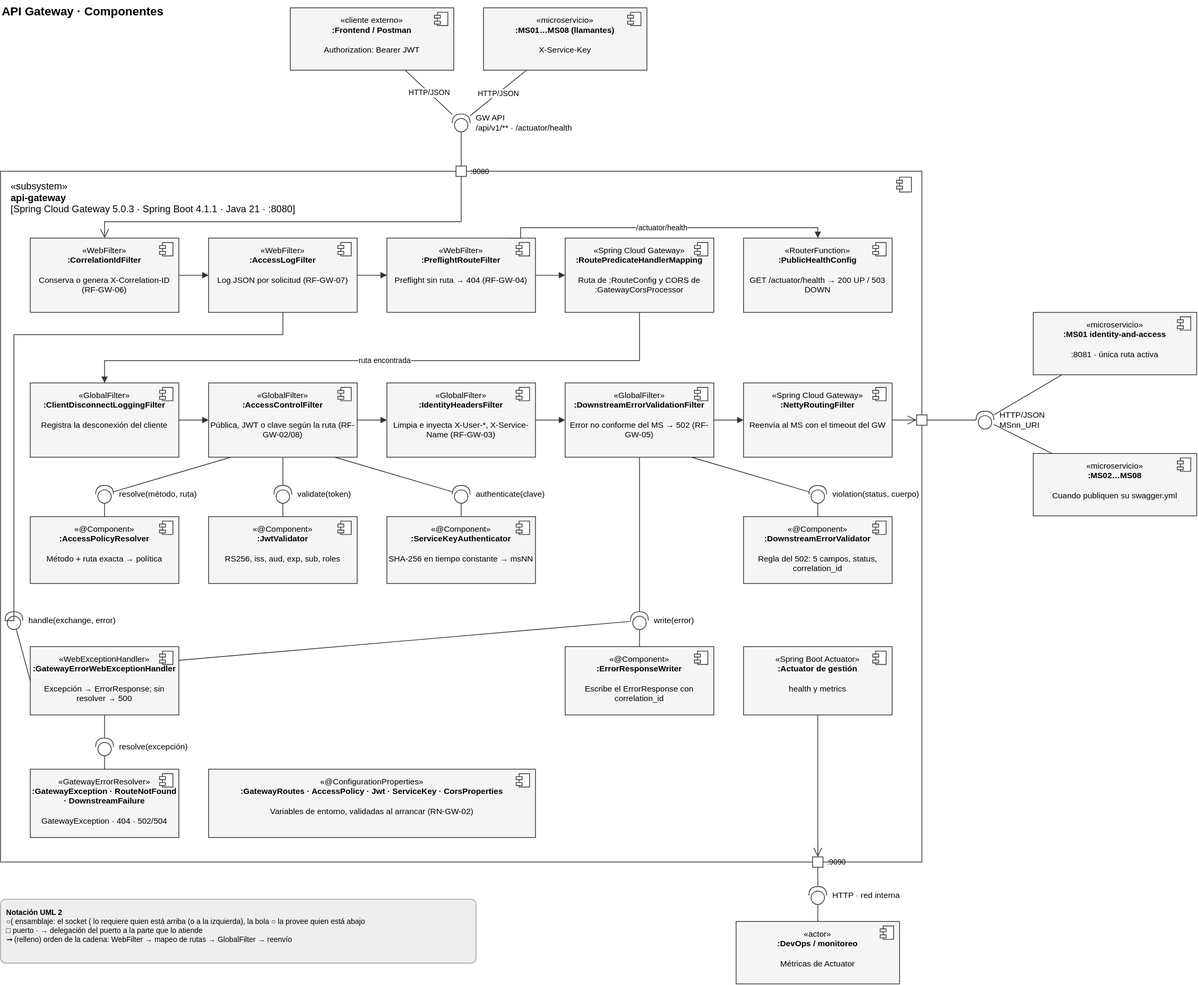
Above: api-gateway/diagramas/gw_c4_3_componentes.drawio.svg in CampusSeguro-DOSW-2026-2/documentation (draw.io), before the change. Source tidied: cells renumbered, new cells last; positions are measured from the earlier drawing's top-left corner, leaving out a move shared by most shapes.
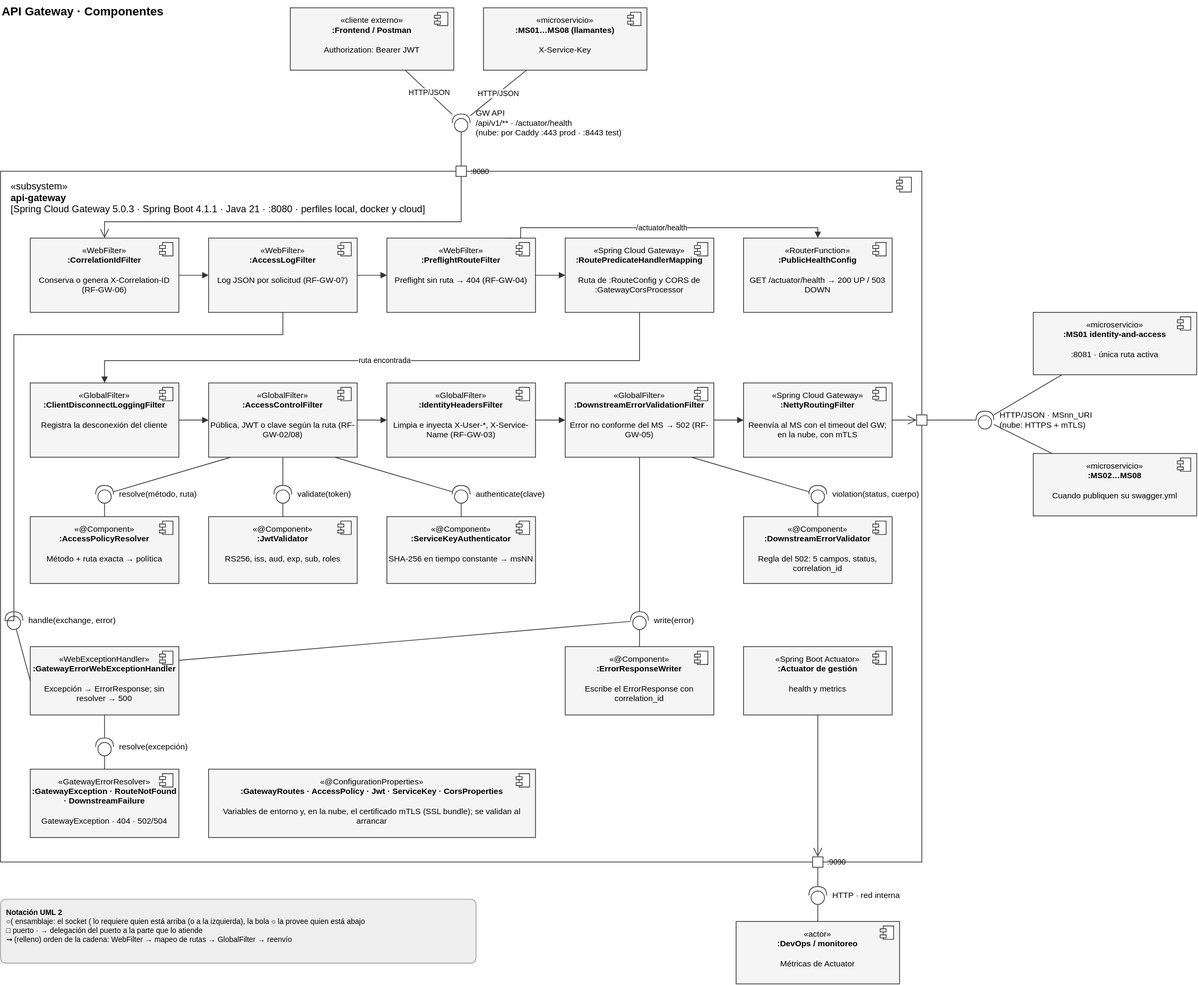
The same diagram one commit later.

Commit message:
docs(gw): aislamiento en la nube con mTLS (ADR-006), contratos, pruebas, swagger y diagrama

Diff of the diagram source:
```diff
@@ -5,7 +5,7 @@
     <mxCell id="2" value="API Gateway · Componentes" style="text;html=1;fontSize=16;fontStyle=1;align=left;verticalAlign=middle;" parent="1" vertex="1">
       <mxGeometry width="700" height="30" as="geometry" />
     </mxCell>
-    <mxCell id="3" value="«subsystem»&lt;br&gt;&lt;b&gt;api-gateway&lt;/b&gt;&lt;br&gt;[Spring Cloud Gateway 5.0.3 · Spring Boot 4.1.1 · Java 21 · :8080]" style="html=1;whiteSpace=wrap;verticalAlign=top;align=left;spacingLeft=12;spacingTop=6;fillColor=#FFFFFF;strokeColor=#333333;fontSize=13;" parent="1" vertex="1">
+    <mxCell id="3" value="«subsystem»&lt;br&gt;&lt;b&gt;api-gateway&lt;/b&gt;&lt;br&gt;[Spring Cloud Gateway 5.0.3 · Spring Boot 4.1.1 · Java 21 · :8080 · perfiles local, docker y cloud]" style="html=1;whiteSpace=wrap;verticalAlign=top;align=left;spacingLeft=12;spacingTop=6;fillColor=#FFFFFF;strokeColor=#333333;fontSize=13;" parent="1" vertex="1">
       <mxGeometry y="230" width="1240" height="930" as="geometry" />
     </mxCell>
     <mxCell id="4" style="shape=module;jettyWidth=8;jettyHeight=4;fillColor=#FFFFFF;strokeColor=#333333;" parent="1" vertex="1">
@@ -23,7 +23,7 @@
     <mxCell id="8" style="shape=module;jettyWidth=8;jettyHeight=4;fillColor=#FFFFFF;strokeColor=#333333;" parent="1" vertex="1">
       <mxGeometry x="844" y="16" width="18" height="18" as="geometry" />
     </mxCell>
-    <mxCell id="9" value="GW API&lt;br&gt;/api/v1/** · /actuator/health" style="shape=providedRequiredInterface;html=1;direction=north;labelPosition=right;verticalLabelPosition=middle;align=left;verticalAlign=middle;spacingLeft=6;fontSize=11;fillColor=#FFFFFF;strokeColor=#333333;" parent="1" vertex="1">
+    <mxCell id="9" value="GW API&lt;br&gt;/api/v1/** · /actuator/health&lt;br&gt;(nube: por Caddy :443 prod · :8443 test)" style="shape=providedRequiredInterface;html=1;direction=north;labelPosition=right;verticalLabelPosition=middle;align=left;verticalAlign=middle;spacingLeft=6;fontSize=11;fillColor=#FFFFFF;strokeColor=#333333;" parent="1" vertex="1">
       <mxGeometry x="608" y="153" width="24" height="24" as="geometry" />
     </mxCell>
     <mxCell id="10" value=":8080" style="html=1;fillColor=#FFFFFF;strokeColor=#333333;fontSize=10;labelPosition=right;align=left;spacingLeft=4;" parent="1" vertex="1">
@@ -117,7 +117,7 @@
     <mxCell id="36" style="shape=module;jettyWidth=8;jettyHeight=4;fillColor=#FFFFFF;strokeColor=#333333;" parent="1" vertex="1">
       <mxGeometry x="934" y="521" width="18" height="18" as="geometry" />
     </mxCell>
-    <mxCell id="37" value="«Spring Cloud Gateway»&lt;br&gt;&lt;b&gt;:NettyRoutingFilter&lt;/b&gt;&lt;br&gt;&lt;br&gt;Reenvía al MS con el timeout del GW" style="html=1;whiteSpace=wrap;verticalAlign=top;fillColor=#F5F5F5;strokeColor=#333333;fontSize=11;spacingTop=4;" parent="1" vertex="1">
+    <mxCell id="37" value="«Spring Cloud Gateway»&lt;br&gt;&lt;b&gt;:NettyRoutingFilter&lt;/b&gt;&lt;br&gt;&lt;br&gt;Reenvía al MS con el timeout del GW; en la nube, con mTLS" style="html=1;whiteSpace=wrap;verticalAlign=top;fillColor=#F5F5F5;strokeColor=#333333;fontSize=11;spacingTop=4;" parent="1" vertex="1">
       <mxGeometry x="1000" y="515" width="200" height="100" as="geometry" />
     </mxCell>
     <mxCell id="38" style="shape=module;jettyWidth=8;jettyHeight=4;fillColor=#FFFFFF;strokeColor=#333333;" parent="1" vertex="1">
@@ -262,7 +262,7 @@
     <mxCell id="81" style="endArrow=none;html=1;rounded=0;strokeColor=#333333;fontSize=10;labelBackgroundColor=#FFFFFF;" parent="1" edge="1" source="77" target="78">
       <mxGeometry relative="1" as="geometry" />
     </mxCell>
-    <mxCell id="82" value="«@ConfigurationProperties»&lt;br&gt;&lt;b&gt;:GatewayRoutes · AccessPolicy · Jwt · ServiceKey · CorsProperties&lt;/b&gt;&lt;br&gt;&lt;br&gt;Variables de entorno, validadas al arrancar (RN-GW-02)" style="html=1;whiteSpace=wrap;verticalAlign=top;fillColor=#F5F5F5;strokeColor=#333333;fontSize=11;spacingTop=4;" parent="1" vertex="1">
+    <mxCell id="82" value="«@ConfigurationProperties»&lt;br&gt;&lt;b&gt;:GatewayRoutes · AccessPolicy · Jwt · ServiceKey · CorsProperties&lt;/b&gt;&lt;br&gt;&lt;br&gt;Variables de entorno y, en la nube, el certificado mTLS (SSL bundle); se validan al arrancar" style="html=1;whiteSpace=wrap;verticalAlign=top;fillColor=#F5F5F5;strokeColor=#333333;fontSize=11;spacingTop=4;" parent="1" vertex="1">
       <mxGeometry x="280" y="1035" width="440" height="92" as="geometry" />
     </mxCell>
     <mxCell id="83" style="shape=module;jettyWidth=8;jettyHeight=4;fillColor=#FFFFFF;strokeColor=#333333;" parent="1" vertex="1">
@@ -274,7 +274,7 @@
     <mxCell id="85" style="endArrow=open;endSize=10;html=1;rounded=0;strokeColor=#333333;fontSize=10;labelBackgroundColor=#FFFFFF;" parent="1" edge="1" source="37" target="84">
       <mxGeometry relative="1" as="geometry" />
     </mxCell>
-    <mxCell id="86" value="HTTP/JSON&lt;br&gt;MSnn_URI" style="shape=providedRequiredInterface;html=1;direction=north;labelPosition=right;verticalLabelPosition=middle;align=left;verticalAlign=middle;spacingLeft=6;fontSize=11;fillColor=#FFFFFF;strokeColor=#333333;" parent="1" vertex="1">
+    <mxCell id="86" value="HTTP/JSON · MSnn_URI&lt;br&gt;(nube: HTTPS + mTLS)" style="shape=providedRequiredInterface;html=1;direction=north;labelPosition=right;verticalLabelPosition=middle;align=left;verticalAlign=middle;spacingLeft=6;fontSize=11;fillColor=#FFFFFF;strokeColor=#333333;" parent="1" vertex="1">
       <mxGeometry x="1313" y="553" width="24" height="24" as="geometry" />
     </mxCell>
     <mxCell id="87" style="endArrow=none;html=1;rounded=0;strokeColor=#333333;fontSize=10;labelBackgroundColor=#FFFFFF;" parent="1" edge="1" source="84" target="86">
```
